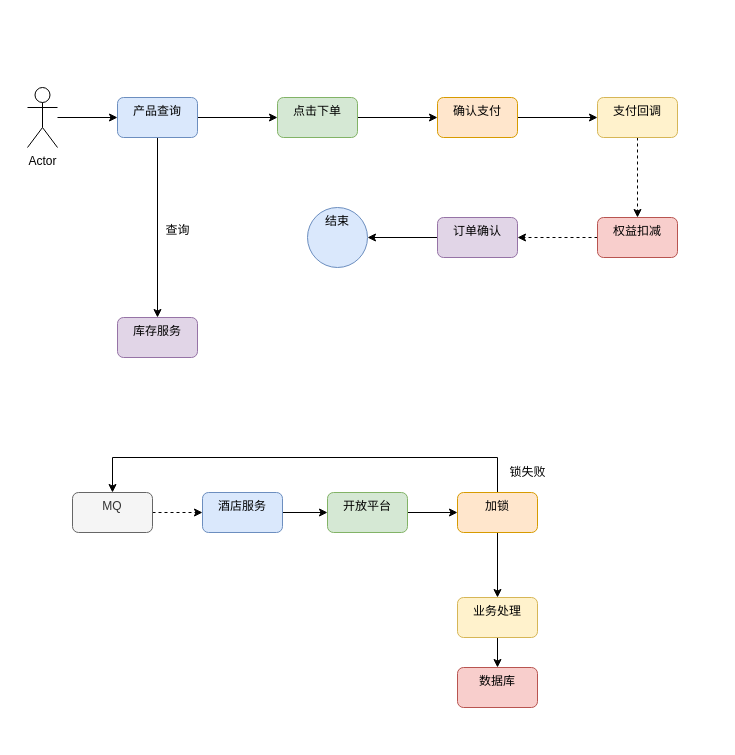
The draw.io diagram page "第 2 页" (2 of 8) of 晋升.drawio in VilaNan/tsxxx.github.io, before the edit. Source tidied: cells renumbered, new cells numbered last; positions are measured from the earlier drawing's top-left corner, leaving out a move shared by most shapes. Both pictures are drawn from the tidied source at 100%, with x=0, y=0 at pixel (27, 87).
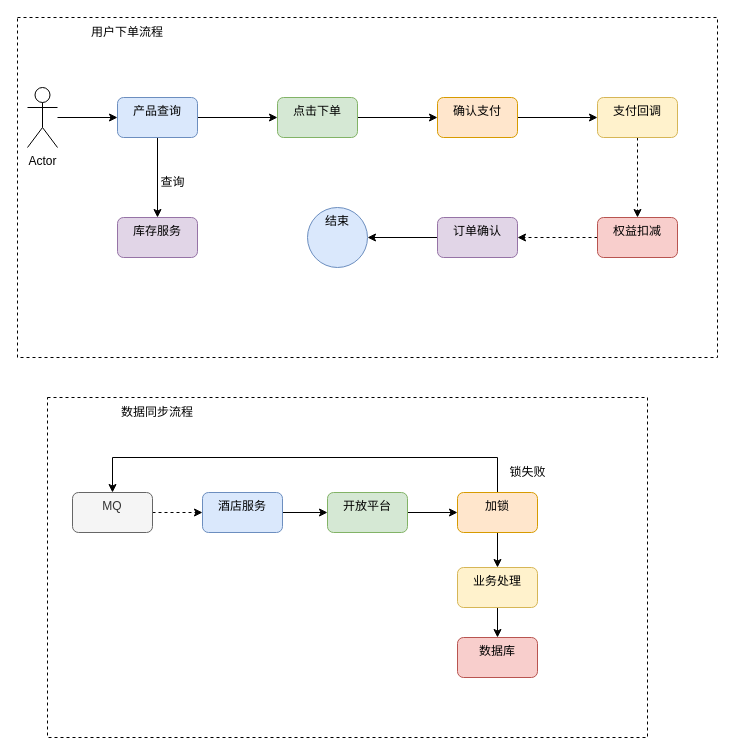
Above is the later version.

Diff of the diagram source:
```diff
@@
     <mxCell id="18" value="库存服务" style="rounded=1;whiteSpace=wrap;html=1;verticalAlign=top;fillColor=#e1d5e7;strokeColor=#9673a6;" parent="1" vertex="1">
-      <mxGeometry x="90" y="230" width="80" height="40" as="geometry" />
+      <mxGeometry x="90" y="130" width="80" height="40" as="geometry" />
     </mxCell>
@@
     <mxCell id="23" value="查询" style="text;html=1;align=center;verticalAlign=middle;strokeColor=none;fillColor=none;" parent="1" vertex="1">
-      <mxGeometry x="125" y="128" width="50" height="30" as="geometry" />
+      <mxGeometry x="120" y="80" width="50" height="30" as="geometry" />
     </mxCell>
@@
     <mxCell id="30" value="业务处理" style="rounded=1;whiteSpace=wrap;html=1;verticalAlign=top;fillColor=#fff2cc;strokeColor=#d6b656;" parent="1" vertex="1">
-      <mxGeometry x="430" y="510" width="80" height="40" as="geometry" />
+      <mxGeometry x="430" y="480" width="80" height="40" as="geometry" />
     </mxCell>
     <mxCell id="31" value="数据库" style="rounded=1;whiteSpace=wrap;html=1;verticalAlign=top;fillColor=#f8cecc;strokeColor=#b85450;" parent="1" vertex="1">
-      <mxGeometry x="430" y="580" width="80" height="40" as="geometry" />
+      <mxGeometry x="430" y="550" width="80" height="40" as="geometry" />
     </mxCell>
@@
+    <mxCell id="33" style="rounded=0;whiteSpace=wrap;html=1;fillColor=none;dashed=1;" parent="1" vertex="1">
+      <mxGeometry x="20" y="310" width="600" height="340" as="geometry" />
+    </mxCell>
+    <mxCell id="34" style="rounded=0;whiteSpace=wrap;html=1;fillColor=none;dashed=1;" parent="1" vertex="1">
+      <mxGeometry x="-10" y="-70" width="700" height="340" as="geometry" />
+    </mxCell>
+    <mxCell id="35" value="用户下单流程" style="text;html=1;align=center;verticalAlign=middle;whiteSpace=wrap;rounded=0;" parent="1" vertex="1">
+      <mxGeometry x="40" y="-70" width="120" height="30" as="geometry" />
+    </mxCell>
+    <mxCell id="36" value="数据同步流程" style="text;html=1;align=center;verticalAlign=middle;whiteSpace=wrap;rounded=0;" parent="1" vertex="1">
+      <mxGeometry x="70" y="310" width="120" height="30" as="geometry" />
+    </mxCell>
```
